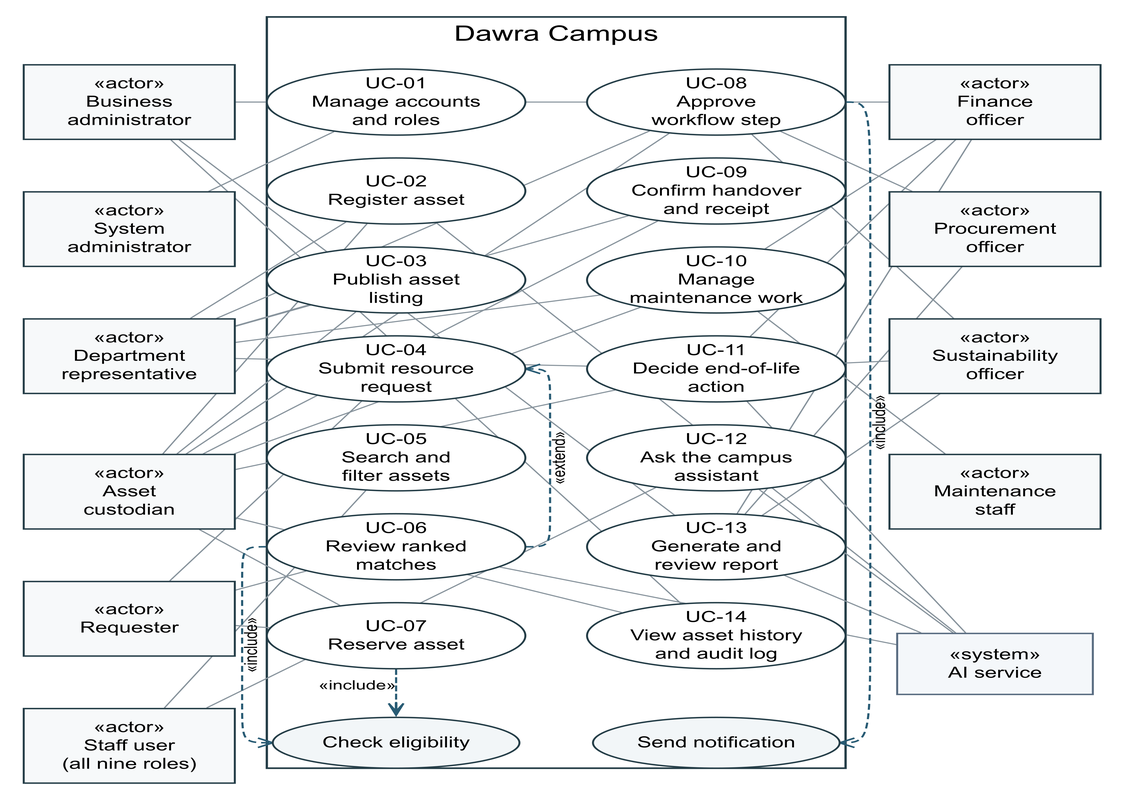
Before: docs/phase3/images/use-case-diagram.png, a diagram exported from Graphviz (duqins/ITS). Its source is kept beside it as docs/phase3/images/use-case-diagram.dot. The source it was exported from:
```dot
digraph UseCases {
graph [layout=neato, overlap=true, splines=true, outputorder=edgesfirst, bgcolor="white", pad=.2, margin=0, fontname="Arial", fontsize=18];
node [fontname="Arial", fontsize=13, color="#243D47", penwidth=1.2, style=filled, fillcolor="white", pin=true];
edge [color="#87939C", penwidth=.9, arrowhead=none, fontname="Arial", fontsize=11];
ba [shape=box, fixedsize=true, width=1.78, height=.88, label="«actor»\nBusiness\nadministrator", pos="0.85,8.3!", fillcolor="#F7F9FA"];
sa [shape=box, fixedsize=true, width=1.78, height=.88, label="«actor»\nSystem\nadministrator", pos="0.85,6.8!", fillcolor="#F7F9FA"];
dr [shape=box, fixedsize=true, width=1.78, height=.88, label="«actor»\nDepartment\nrepresentative", pos="0.85,5.3!", fillcolor="#F7F9FA"];
ac [shape=box, fixedsize=true, width=1.78, height=.88, label="«actor»\nAsset\ncustodian", pos="0.85,3.7!", fillcolor="#F7F9FA"];
rq [shape=box, fixedsize=true, width=1.78, height=.88, label="«actor»\nRequester", pos="0.85,2.2!", fillcolor="#F7F9FA"];
staff [shape=box, fixedsize=true, width=1.78, height=.88, label="«actor»\nStaff user\n(all nine roles)", pos="0.85,0.7!", fillcolor="#F7F9FA"];
fin [shape=box, fixedsize=true, width=1.78, height=.88, label="«actor»\nFinance\nofficer", pos="8.15,8.3!", fillcolor="#F7F9FA"];
proc [shape=box, fixedsize=true, width=1.78, height=.88, label="«actor»\nProcurement\nofficer", pos="8.15,6.8!", fillcolor="#F7F9FA"];
sus [shape=box, fixedsize=true, width=1.78, height=.88, label="«actor»\nSustainability\nofficer", pos="8.15,5.3!", fillcolor="#F7F9FA"];
mt [shape=box, fixedsize=true, width=1.78, height=.88, label="«actor»\nMaintenance\nstaff", pos="8.15,3.7!", fillcolor="#F7F9FA"];
ai [shape=box, width=1.65, height=.72, label="«system»\nAI service", pos="8.15,1.667!", color="#586B80", fillcolor="#F4F7FA"];
subgraph cluster_system { label="Dawra Campus"; labelloc=t; color="#243D47"; penwidth=1.4; margin=18;
header_space [shape=box, style=invis, width=2, height=.55, label="", pos="4.45,9.03!"];
uc1 [shape=ellipse, width=2.18, height=.78, fixedsize=true, label="UC-01\nManage accounts\nand roles", pos="3.1,8.3!"];
uc2 [shape=ellipse, width=2.18, height=.78, fixedsize=true, label="UC-02\nRegister asset", pos="3.1,7.250000000000001!"];
uc3 [shape=ellipse, width=2.18, height=.78, fixedsize=true, label="UC-03\nPublish asset\nlisting", pos="3.1,6.200000000000001!"];
uc4 [shape=ellipse, width=2.18, height=.78, fixedsize=true, label="UC-04\nSubmit resource\nrequest", pos="3.1,5.15!"];
uc5 [shape=ellipse, width=2.18, height=.78, fixedsize=true, label="UC-05\nSearch and\nfilter assets", pos="3.1,4.1000000000000005!"];
uc6 [shape=ellipse, width=2.18, height=.78, fixedsize=true, label="UC-06\nReview ranked\nmatches", pos="3.1,3.0500000000000007!"];
uc7 [shape=ellipse, width=2.18, height=.78, fixedsize=true, label="UC-07\nReserve asset", pos="3.1,2!"];
uc8 [shape=ellipse, width=2.18, height=.78, fixedsize=true, label="UC-08\nApprove\nworkflow step", pos="5.8,8.3!"];
uc9 [shape=ellipse, width=2.18, height=.78, fixedsize=true, label="UC-09\nConfirm handover\nand receipt", pos="5.8,7.250000000000001!"];
uc10 [shape=ellipse, width=2.18, height=.78, fixedsize=true, label="UC-10\nManage\nmaintenance work", pos="5.8,6.200000000000001!"];
uc11 [shape=ellipse, width=2.18, height=.78, fixedsize=true, label="UC-11\nDecide end-of-life\naction", pos="5.8,5.15!"];
uc12 [shape=ellipse, width=2.18, height=.78, fixedsize=true, label="UC-12\nAsk the campus\nassistant", pos="5.8,4.1000000000000005!"];
uc13 [shape=ellipse, width=2.18, height=.78, fixedsize=true, label="UC-13\nGenerate and\nreview report", pos="5.8,3.0500000000000007!"];
uc14 [shape=ellipse, width=2.18, height=.78, fixedsize=true, label="UC-14\nView asset history\nand audit log", pos="5.8,2!"];
elig [shape=ellipse, width=2.08, height=.60, label="Check eligibility", pos="3.1,.736!", fillcolor="#F2F6F8"];
notify [shape=ellipse, width=2.08, height=.60, label="Send notification", pos="5.8,.736!", fillcolor="#F2F6F8"];
}
ba -> uc1 [tooltip="ba: UC-01"];
ba -> uc8 [tooltip="ba: UC-08"];
ba -> uc13 [tooltip="ba: UC-13"];
ba -> uc14 [tooltip="ba: UC-14"];
sa -> uc1 [tooltip="sa: UC-01"];
dr -> uc2 [tooltip="dr: UC-02"];
dr -> uc3 [tooltip="dr: UC-03"];
dr -> uc8 [tooltip="dr: UC-08"];
dr -> uc9 [tooltip="dr: UC-09"];
dr -> uc10 [tooltip="dr: UC-10"];
dr -> uc11 [tooltip="dr: UC-11"];
ac -> uc2 [tooltip="ac: UC-02"];
ac -> uc3 [tooltip="ac: UC-03"];
ac -> uc7 [tooltip="ac: UC-07"];
ac -> uc8 [tooltip="ac: UC-08"];
ac -> uc9 [tooltip="ac: UC-09"];
ac -> uc10 [tooltip="ac: UC-10"];
ac -> uc11 [tooltip="ac: UC-11"];
ac -> uc14 [tooltip="ac: UC-14"];
rq -> uc4 [tooltip="rq: UC-04"];
rq -> uc6 [tooltip="rq: UC-06"];
rq -> uc7 [tooltip="rq: UC-07"];
staff -> uc5 [tooltip="staff: UC-05"];
staff -> uc12 [tooltip="staff: UC-12"];
fin -> uc8 [tooltip="fin: UC-08"];
fin -> uc10 [tooltip="fin: UC-10"];
fin -> uc11 [tooltip="fin: UC-11"];
fin -> uc13 [tooltip="fin: UC-13"];
proc -> uc8 [tooltip="proc: UC-08"];
proc -> uc13 [tooltip="proc: UC-13"];
sus -> uc8 [tooltip="sus: UC-08"];
sus -> uc11 [tooltip="sus: UC-11"];
sus -> uc13 [tooltip="sus: UC-13"];
mt -> uc10 [tooltip="mt: UC-10"];
ai -> uc2 [tooltip="ai: UC-02"];
ai -> uc6 [tooltip="ai: UC-06"];
ai -> uc11 [tooltip="ai: UC-11"];
ai -> uc12 [tooltip="ai: UC-12"];
ai -> uc13 [tooltip="ai: UC-13"];
uc6:w -> elig:w [style=dashed, arrowhead=open, color="#285B74", label="«include»", penwidth=1.3];
uc7 -> elig [style=dashed, arrowhead=open, color="#285B74", label="«include»", penwidth=1.3];
uc8:e -> notify:e [style=dashed, arrowhead=open, color="#285B74", label="«include»", penwidth=1.3];
uc6:e -> uc4:e [style=dashed, arrowhead=open, color="#285B74", label="«extend»", penwidth=1.3];
}
```
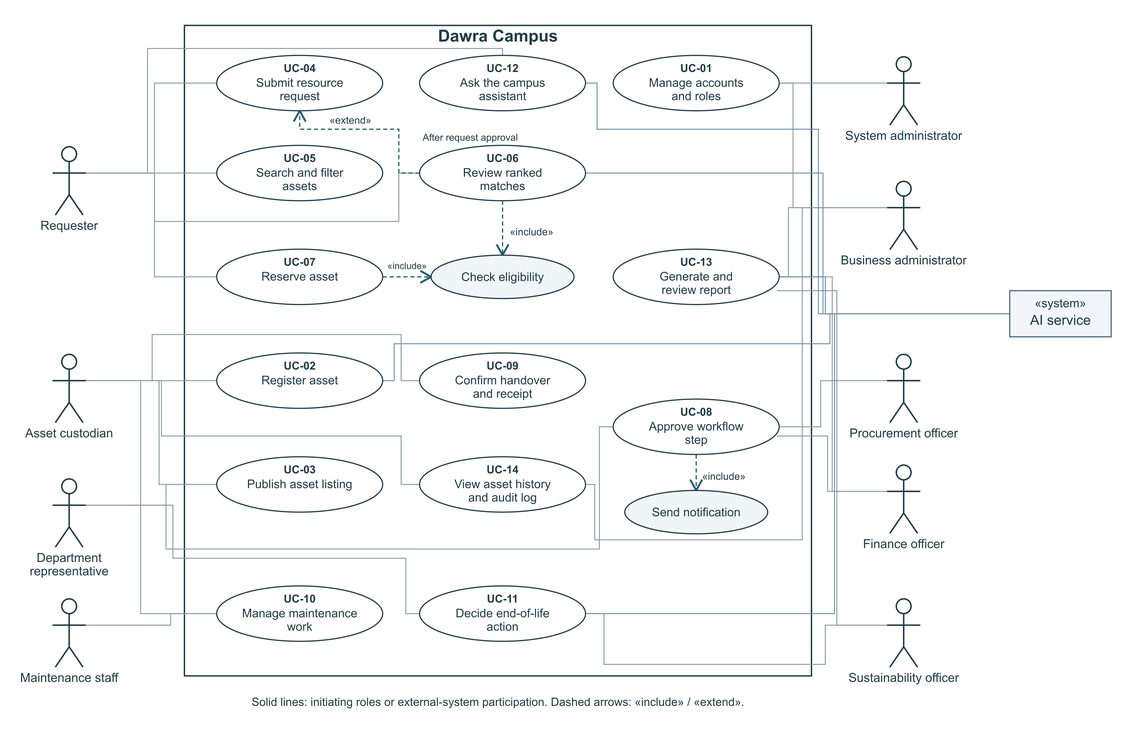
Above is the later version.

Commit message:
changed the use case diagram

Diff of the diagram source:
```diff
@@ -1,78 +1,65 @@
 digraph UseCases {
-graph [layout=neato, overlap=true, splines=true, outputorder=edgesfirst, bgcolor="white", pad=.2, margin=0, fontname="Arial", fontsize=18];
-node [fontname="Arial", fontsize=13, color="#243D47", penwidth=1.2, style=filled, fillcolor="white", pin=true];
-edge [color="#87939C", penwidth=.9, arrowhead=none, fontname="Arial", fontsize=11];
-ba [shape=box, fixedsize=true, width=1.78, height=.88, label="«actor»\nBusiness\nadministrator", pos="0.85,8.3!", fillcolor="#F7F9FA"];
-sa [shape=box, fixedsize=true, width=1.78, height=.88, label="«actor»\nSystem\nadministrator", pos="0.85,6.8!", fillcolor="#F7F9FA"];
-dr [shape=box, fixedsize=true, width=1.78, height=.88, label="«actor»\nDepartment\nrepresentative", pos="0.85,5.3!", fillcolor="#F7F9FA"];
-ac [shape=box, fixedsize=true, width=1.78, height=.88, label="«actor»\nAsset\ncustodian", pos="0.85,3.7!", fillcolor="#F7F9FA"];
-rq [shape=box, fixedsize=true, width=1.78, height=.88, label="«actor»\nRequester", pos="0.85,2.2!", fillcolor="#F7F9FA"];
-staff [shape=box, fixedsize=true, width=1.78, height=.88, label="«actor»\nStaff user\n(all nine roles)", pos="0.85,0.7!", fillcolor="#F7F9FA"];
-fin [shape=box, fixedsize=true, width=1.78, height=.88, label="«actor»\nFinance\nofficer", pos="8.15,8.3!", fillcolor="#F7F9FA"];
-proc [shape=box, fixedsize=true, width=1.78, height=.88, label="«actor»\nProcurement\nofficer", pos="8.15,6.8!", fillcolor="#F7F9FA"];
-sus [shape=box, fixedsize=true, width=1.78, height=.88, label="«actor»\nSustainability\nofficer", pos="8.15,5.3!", fillcolor="#F7F9FA"];
-mt [shape=box, fixedsize=true, width=1.78, height=.88, label="«actor»\nMaintenance\nstaff", pos="8.15,3.7!", fillcolor="#F7F9FA"];
-ai [shape=box, width=1.65, height=.72, label="«system»\nAI service", pos="8.15,1.667!", color="#586B80", fillcolor="#F4F7FA"];
-subgraph cluster_system { label="Dawra Campus"; labelloc=t; color="#243D47"; penwidth=1.4; margin=18;
-header_space [shape=box, style=invis, width=2, height=.55, label="", pos="4.45,9.03!"];
-uc1 [shape=ellipse, width=2.18, height=.78, fixedsize=true, label="UC-01\nManage accounts\nand roles", pos="3.1,8.3!"];
-uc2 [shape=ellipse, width=2.18, height=.78, fixedsize=true, label="UC-02\nRegister asset", pos="3.1,7.250000000000001!"];
-uc3 [shape=ellipse, width=2.18, height=.78, fixedsize=true, label="UC-03\nPublish asset\nlisting", pos="3.1,6.200000000000001!"];
-uc4 [shape=ellipse, width=2.18, height=.78, fixedsize=true, label="UC-04\nSubmit resource\nrequest", pos="3.1,5.15!"];
-uc5 [shape=ellipse, width=2.18, height=.78, fixedsize=true, label="UC-05\nSearch and\nfilter assets", pos="3.1,4.1000000000000005!"];
-uc6 [shape=ellipse, width=2.18, height=.78, fixedsize=true, label="UC-06\nReview ranked\nmatches", pos="3.1,3.0500000000000007!"];
-uc7 [shape=ellipse, width=2.18, height=.78, fixedsize=true, label="UC-07\nReserve asset", pos="3.1,2!"];
-uc8 [shape=ellipse, width=2.18, height=.78, fixedsize=true, label="UC-08\nApprove\nworkflow step", pos="5.8,8.3!"];
-uc9 [shape=ellipse, width=2.18, height=.78, fixedsize=true, label="UC-09\nConfirm handover\nand receipt", pos="5.8,7.250000000000001!"];
-uc10 [shape=ellipse, width=2.18, height=.78, fixedsize=true, label="UC-10\nManage\nmaintenance work", pos="5.8,6.200000000000001!"];
-uc11 [shape=ellipse, width=2.18, height=.78, fixedsize=true, label="UC-11\nDecide end-of-life\naction", pos="5.8,5.15!"];
-uc12 [shape=ellipse, width=2.18, height=.78, fixedsize=true, label="UC-12\nAsk the campus\nassistant", pos="5.8,4.1000000000000005!"];
-uc13 [shape=ellipse, width=2.18, height=.78, fixedsize=true, label="UC-13\nGenerate and\nreview report", pos="5.8,3.0500000000000007!"];
-uc14 [shape=ellipse, width=2.18, height=.78, fixedsize=true, label="UC-14\nView asset history\nand audit log", pos="5.8,2!"];
-elig [shape=ellipse, width=2.08, height=.60, label="Check eligibility", pos="3.1,.736!", fillcolor="#F2F6F8"];
-notify [shape=ellipse, width=2.08, height=.60, label="Send notification", pos="5.8,.736!", fillcolor="#F2F6F8"];
+graph [layout=neato, overlap=true, splines=polyline, outputorder=edgesfirst, bgcolor="white"];
+node [fontname="Arial",pin=true];
+edge [arrowhead=none];
+rq [shape=plaintext,label="Requester",pos="1.5,11.8!"];
+ac [shape=plaintext,label="Asset custodian",pos="1.5,7.3!"];
+dr [shape=plaintext,label="Department\nrepresentative",pos="1.5,4.6!"];
+mt [shape=plaintext,label="Maintenance staff",pos="1.5,2!"];
+sa [shape=plaintext,label="System administrator",pos="19.6,13.75!"];
+ba [shape=plaintext,label="Business administrator",pos="19.6,11.05!"];
+proc [shape=plaintext,label="Procurement officer",pos="19.6,7.3!"];
+fin [shape=plaintext,label="Finance officer",pos="19.6,4.9!"];
+sus [shape=plaintext,label="Sustainability officer",pos="19.6,2!"];
+ai [shape=box,label="«system»\nAI service",pos="23,9!"];
+subgraph cluster_system {label="Dawra Campus";
+uc1 [shape=ellipse,label="UC-01\nManage accounts\nand roles",pos="15.1,14!"];
+uc2 [shape=ellipse,label="UC-02\nRegister asset",pos="6.5,7.55!"];
+uc3 [shape=ellipse,label="UC-03\nPublish asset listing",pos="6.5,5.3!"];
+uc4 [shape=ellipse,label="UC-04\nSubmit resource\nrequest",pos="6.5,14!"];
+uc5 [shape=ellipse,label="UC-05\nSearch and filter\nassets",pos="6.5,12.05!"];
+uc6 [shape=ellipse,label="UC-06\nReview ranked\nmatches",pos="10.9,12.05!"];
+uc7 [shape=ellipse,label="UC-07\nReserve asset",pos="6.5,9.8!"];
+uc8 [shape=ellipse,label="UC-08\nApprove workflow\nstep",pos="15.1,6.55!"];
+uc9 [shape=ellipse,label="UC-09\nConfirm handover\nand receipt",pos="10.9,7.55!"];
+uc10 [shape=ellipse,label="UC-10\nManage maintenance\nwork",pos="6.5,2.5!"];
+uc11 [shape=ellipse,label="UC-11\nDecide end-of-life\naction",pos="10.9,2.5!"];
+uc12 [shape=ellipse,label="UC-12\nAsk the campus\nassistant",pos="10.9,14!"];
+uc13 [shape=ellipse,label="UC-13\nGenerate and\nreview report",pos="15.1,9.8!"];
+uc14 [shape=ellipse,label="UC-14\nView asset history\nand audit log",pos="10.9,5.3!"];
+elig [shape=ellipse,label="Check eligibility",pos="10.9,9.8!"];
+notify [shape=ellipse,label="Send notification",pos="15.1,4.7!"];
 }
-ba -> uc1 [tooltip="ba: UC-01"];
-ba -> uc8 [tooltip="ba: UC-08"];
-ba -> uc13 [tooltip="ba: UC-13"];
-ba -> uc14 [tooltip="ba: UC-14"];
-sa -> uc1 [tooltip="sa: UC-01"];
-dr -> uc2 [tooltip="dr: UC-02"];
-dr -> uc3 [tooltip="dr: UC-03"];
-dr -> uc8 [tooltip="dr: UC-08"];
-dr -> uc9 [tooltip="dr: UC-09"];
-dr -> uc10 [tooltip="dr: UC-10"];
-dr -> uc11 [tooltip="dr: UC-11"];
-ac -> uc2 [tooltip="ac: UC-02"];
-ac -> uc3 [tooltip="ac: UC-03"];
-ac -> uc7 [tooltip="ac: UC-07"];
-ac -> uc8 [tooltip="ac: UC-08"];
-ac -> uc9 [tooltip="ac: UC-09"];
-ac -> uc10 [tooltip="ac: UC-10"];
-ac -> uc11 [tooltip="ac: UC-11"];
-ac -> uc14 [tooltip="ac: UC-14"];
-rq -> uc4 [tooltip="rq: UC-04"];
-rq -> uc6 [tooltip="rq: UC-06"];
-rq -> uc7 [tooltip="rq: UC-07"];
-staff -> uc5 [tooltip="staff: UC-05"];
-staff -> uc12 [tooltip="staff: UC-12"];
-fin -> uc8 [tooltip="fin: UC-08"];
-fin -> uc10 [tooltip="fin: UC-10"];
-fin -> uc11 [tooltip="fin: UC-11"];
-fin -> uc13 [tooltip="fin: UC-13"];
-proc -> uc8 [tooltip="proc: UC-08"];
-proc -> uc13 [tooltip="proc: UC-13"];
-sus -> uc8 [tooltip="sus: UC-08"];
-sus -> uc11 [tooltip="sus: UC-11"];
-sus -> uc13 [tooltip="sus: UC-13"];
-mt -> uc10 [tooltip="mt: UC-10"];
-ai -> uc2 [tooltip="ai: UC-02"];
-ai -> uc6 [tooltip="ai: UC-06"];
-ai -> uc11 [tooltip="ai: UC-11"];
-ai -> uc12 [tooltip="ai: UC-12"];
-ai -> uc13 [tooltip="ai: UC-13"];
-uc6:w -> elig:w [style=dashed, arrowhead=open, color="#285B74", label="«include»", penwidth=1.3];
-uc7 -> elig [style=dashed, arrowhead=open, color="#285B74", label="«include»", penwidth=1.3];
-uc8:e -> notify:e [style=dashed, arrowhead=open, color="#285B74", label="«include»", penwidth=1.3];
-uc6:e -> uc4:e [style=dashed, arrowhead=open, color="#285B74", label="«extend»", penwidth=1.3];
+rq -> uc4;
+rq -> uc5;
+rq -> uc6;
+rq -> uc7;
+rq -> uc12;
+ac -> uc2;
+ac -> uc3;
+ac -> uc9;
+ac -> uc10;
+ac -> uc14;
+dr -> uc3;
+dr -> uc8;
+dr -> uc11;
+mt -> uc10;
+fin -> uc8;
+fin -> uc13;
+proc -> uc8;
+sus -> uc11;
+sus -> uc13;
+ba -> uc1;
+ba -> uc13;
+ba -> uc14;
+sa -> uc1;
+ai -> uc2;
+ai -> uc6;
+ai -> uc11;
+ai -> uc12;
+ai -> uc13;
+uc6 -> elig [style=dashed,arrowhead=open,label="«include»"];
+uc7 -> elig [style=dashed,arrowhead=open,label="«include»"];
+uc8 -> notify [style=dashed,arrowhead=open,label="«include»"];
+uc6 -> uc4 [style=dashed,arrowhead=open,label="«extend»"];
 }
```
